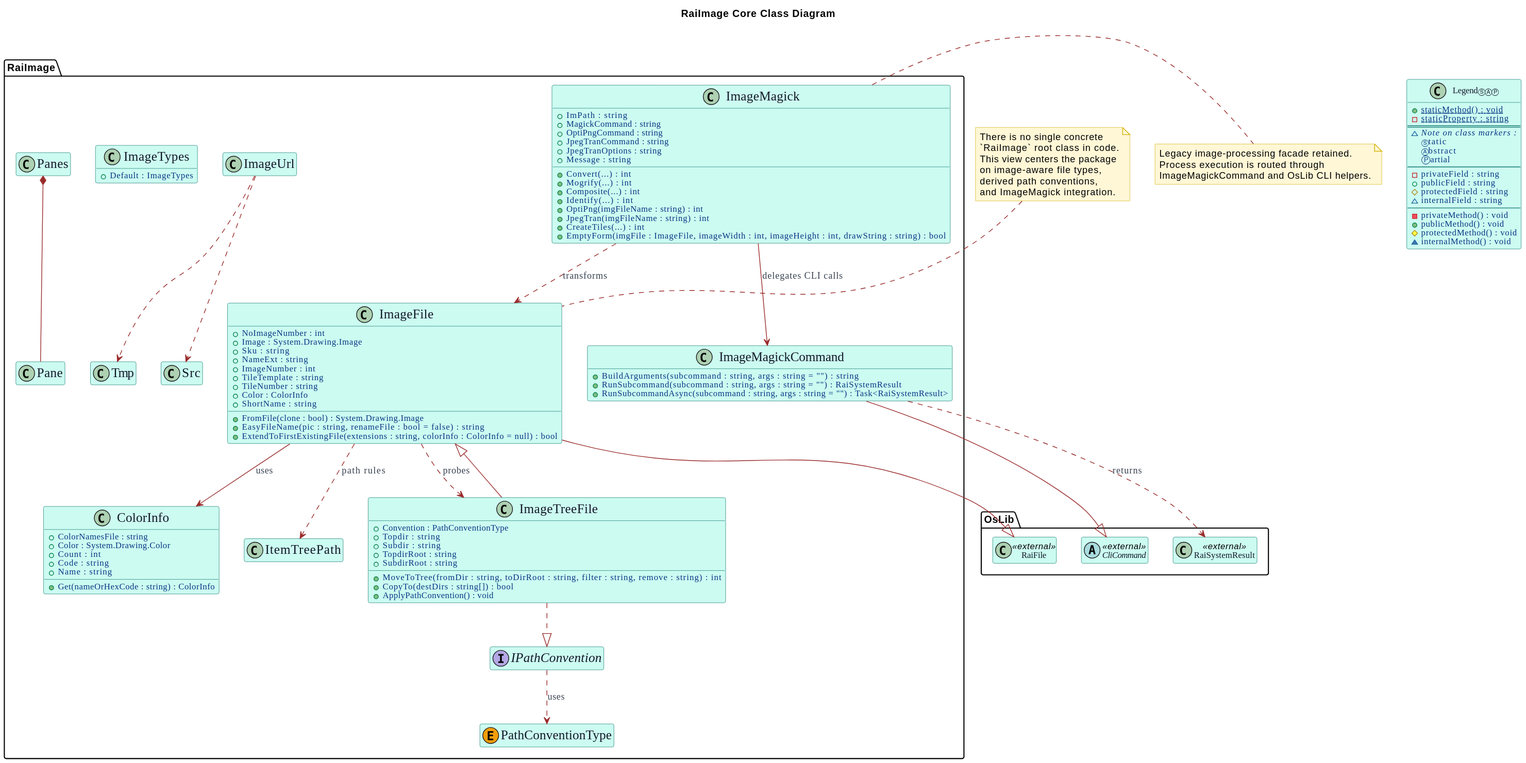
Earlier version of the PlantUML export RaiImageCD.svg (Burkhardt/RaiImage). Source of this version:
```plantuml
@startuml

title RaiImage Core Class Diagram

skinparam backgroundColor white
skinparam shadowing false
skinparam DiagramFontName "Casual"
skinparam DiagramFontSize 36
skinparam ClassFontName "Casual"
skinparam ClassFontSize 36
skinparam ClassAttributeIconSize 10
skinparam ClassAttributeFontName Casual
skinparam ClassAttributeFontColor #053583
skinparam ClassAttributeFontWeight normal
skinparam ClassAttributeFontSize 12
skinparam ClassMethodFontName "Casual"
skinparam ClassMethodFontSize 12
skinparam ClassMethodFontWeight 500
skinparam ClassAttributeFontStyle normal
skinparam ClassBorderColor #0f766e
skinparam ClassBackgroundColor #ccfbf1
skinparam ClassFontColor #111827
skinparam EnumBorderColor #b45309
skinparam EnumBackgroundColor #fef3c7
skinparam EnumFontColor #7c2d12
skinparam NoteBackgroundColor #fff7d6
skinparam NoteBorderColor #d4b106
skinparam ArrowColor #9b2c2c
skinparam ArrowFontColor #374151
skinparam ArrowFontName "Casual"

hide empty members

package "RaiImage" {
	class "<size:18>ImageFile</size>" as ImageFile {
		+NoImageNumber : int
		+Image : System.Drawing.Image
		+Sku : string
		+NameExt : string
		+ImageNumber : int
		+TileTemplate : string
		+TileNumber : string
		+Color : ColorInfo
		+ShortName : string
		+FromFile(clone : bool) : System.Drawing.Image
		+EasyFileName(pic : string, renameFile : bool = false) : string
		+ExtendToFirstExistingFile(extensions : string, colorInfo : ColorInfo = null) : bool
	}

	class "<size:18>ImageTreeFile</size>" as ImageTreeFile {
		+Convention : PathConventionType
		+Topdir : string
		+Subdir : string
		+TopdirRoot : string
		+SubdirRoot : string
		+MoveToTree(fromDir : string, toDirRoot : string, filter : string, remove : string) : int
		+CopyTo(destDirs : string[]) : bool
		+ApplyPathConvention() : void
	}

	class "<size:18>ImageMagick</size>" as ImageMagick {
		+ImPath : string
		+MagickCommand : string
		+OptiPngCommand : string
		+JpegTranCommand : string
		+JpegTranOptions : string
		+Message : string
		+Convert(...) : int
		+Mogrify(...) : int
		+Composite(...) : int
		+Identify(...) : int
		+OptiPng(imgFileName : string) : int
		+JpegTran(imgFileName : string) : int
		+CreateTiles(...) : int
		+EmptyForm(imgFile : ImageFile, imageWidth : int, imageHeight : int, drawString : string) : bool
	}

	class "<size:18>ImageMagickCommand</size>" as ImageMagickCommand {
		+BuildArguments(subcommand : string, args : string = "") : string
		+RunSubcommand(subcommand : string, args : string = "") : RaiSystemResult
		+RunSubcommandAsync(subcommand : string, args : string = "") : Task<RaiSystemResult>
	}

	class "<size:18>ColorInfo</size>" as ColorInfo {
		+ColorNamesFile : string
		+Color : System.Drawing.Color
		+Count : int
		+Code : string
		+Name : string
		+Get(nameOrHexCode : string) : ColorInfo
	}

	class "<size:18>ImageTypes</size>" as ImageTypes {
		+Default : ImageTypes
	}

	class "<size:18>Pane</size>" as Pane
	class "<size:18>Panes</size>" as Panes
	class "<size:18>Src</size>" as Src
	class "<size:18>Tmp</size>" as Tmp
	class "<size:18>ImageUrl</size>" as ImageUrl
	class "<size:18>ItemTreePath</size>" as ItemTreePath
	interface "<size:18>IPathConvention</size>" as IPathConvention
	enum "<size:18>PathConventionType</size>" as PathConventionType << (E,#f59e0b) >>
}

package "OsLib" {
	class "RaiFile" as RaiFile <<external>>
	abstract class "CliCommand" as CliCommand <<external>>
	class "RaiSystemResult" as RaiSystemResult <<external>>
}

ImageFile --|> RaiFile
ImageTreeFile --|> ImageFile
ImageTreeFile ..|> IPathConvention

ImageFile --> ColorInfo : uses
ImageFile ..> ImageTreeFile : probes
ImageFile ..> ItemTreePath : path rules

ImageMagick ..> ImageFile : transforms
ImageMagick --> ImageMagickCommand : delegates CLI calls
ImageMagickCommand --|> CliCommand
ImageMagickCommand ..> RaiSystemResult : returns

ImageUrl ..> Src
ImageUrl ..> Tmp
Panes *-- Pane
IPathConvention ..> PathConventionType : uses

class "Legend<size:10>ⓈⒶⓅ</size>" as LegendSample {
	+{static} staticMethod() : void
	-{static} staticProperty : string
	==
	~<i>Note on class markers :</i>
	<size:10>Ⓢ</size>tatic
	<size:10>Ⓐ</size>bstract
	Ⓟartial
	--
	- privateField : string
	+ publicField : string
	# protectedField : string
	~ internalField : string
	--
	- privateMethod() : void
	+ publicMethod() : void
	# protectedMethod() : void
	~ internalMethod() : void
}

note top of ImageFile
	There is no single concrete
	`RaiImage` root class in code.
	This view centers the package
	on image-aware file types,
	derived path conventions,
	and ImageMagick integration.
end note

note right of ImageMagick
	Legacy image-processing facade retained.
	Process execution is routed through
	ImageMagickCommand and OsLib CLI helpers.
end note
@enduml
```
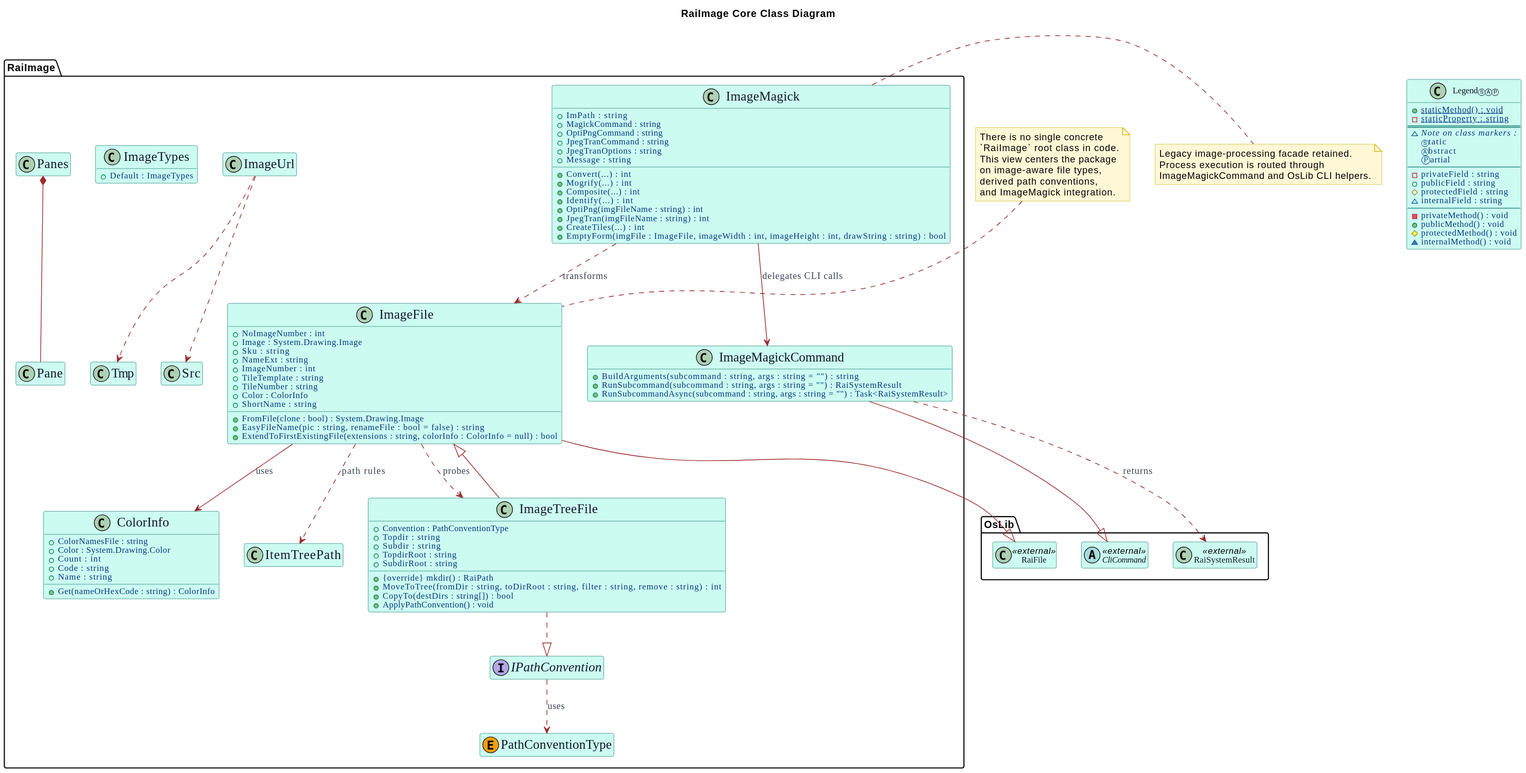
Later version of the same file.

Change to the diagram source:
```diff
@@ -53,6 +53,7 @@
 		+Subdir : string
 		+TopdirRoot : string
 		+SubdirRoot : string
+		+{override} mkdir() : RaiPath
 		+MoveToTree(fromDir : string, toDirRoot : string, filter : string, remove : string) : int
 		+CopyTo(destDirs : string[]) : bool
 		+ApplyPathConvention() : void
```
